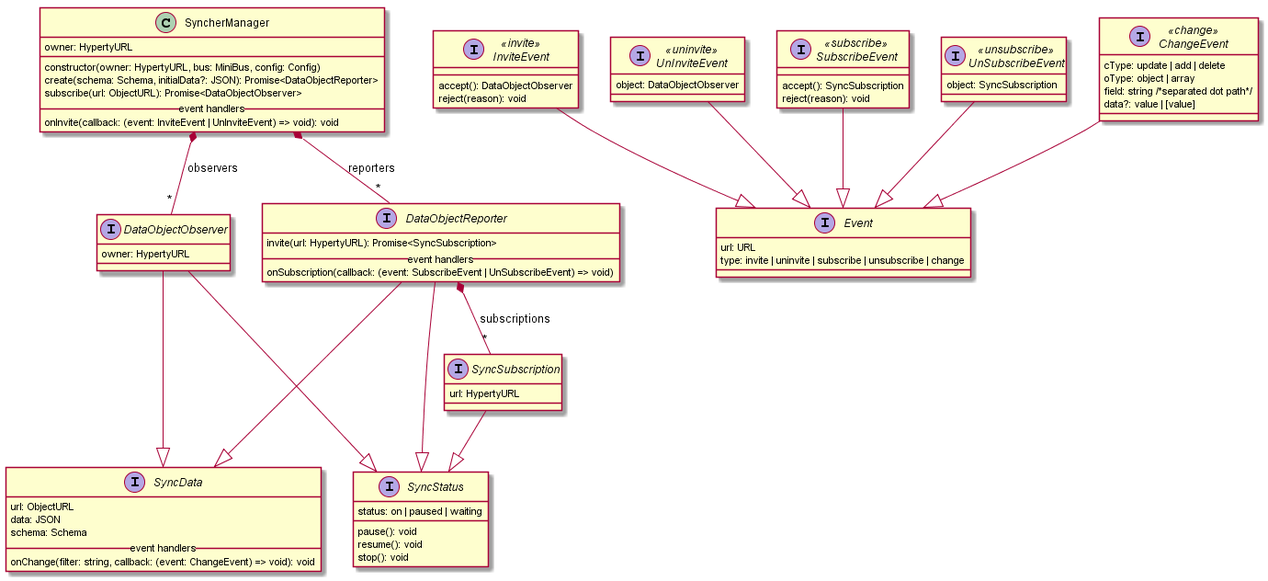
This is docs/specs/service-framework/SyncherManager.png from reTHINK-project/core-framework, a PlantUML export, as it was before one commit.
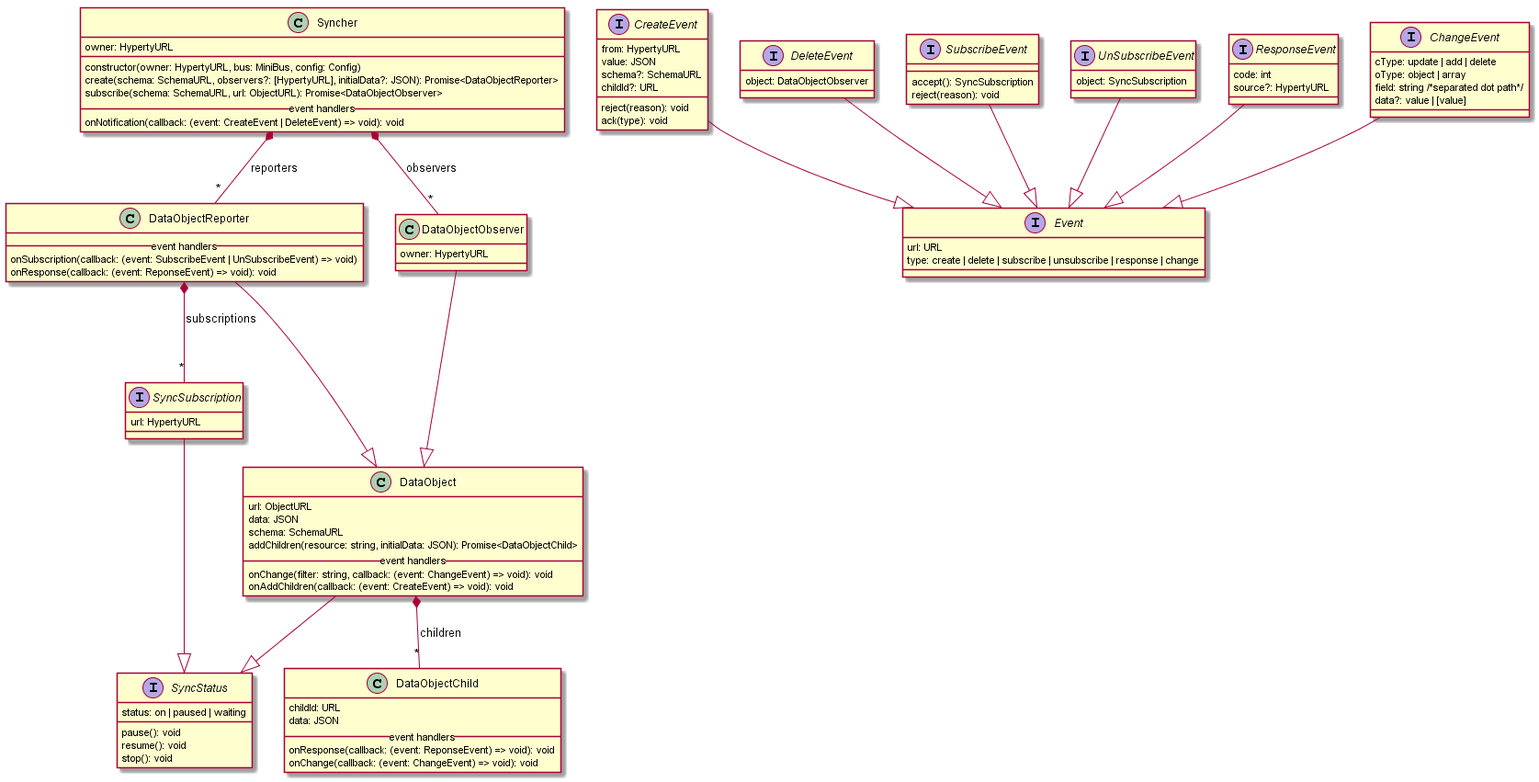
Later version of the same file.

Diff of the diagram source:
```diff
@@ -11,80 +11,101 @@
   stop(): void
 }
 
-interface SyncData {
-  url: ObjectURL
-  data: JSON
-  schema: Schema
-  __ event handlers __
-  onChange(filter: string, callback: (event: ChangeEvent) => void): void
-}
-
-class SyncherManager {
+class Syncher {
   owner: HypertyURL
   __
   constructor(owner: HypertyURL, bus: MiniBus, config: Config)
-  create(schema: Schema, initialData?: JSON): Promise<DataObjectReporter>
-  subscribe(url: ObjectURL): Promise<DataObjectObserver>
+  create(schema: SchemaURL, observers?: [HypertyURL], initialData?: JSON): Promise<DataObjectReporter>
+  subscribe(schema: SchemaURL, url: ObjectURL): Promise<DataObjectObserver>
   __ event handlers __
-  onInvite(callback: (event: InviteEvent | UnInviteEvent) => void): void
+  onNotification(callback: (event: CreateEvent | DeleteEvent) => void): void
 }
 
-interface DataObjectReporter {
-  invite(url: HypertyURL): Promise<SyncSubscription>
+class DataObject {
+  url: ObjectURL
+  data: JSON
+  schema: SchemaURL
+  addChildren(resource: string, initialData: JSON): Promise<DataObjectChild>
+  __ event handlers __
+  onChange(filter: string, callback: (event: ChangeEvent) => void): void
+  onAddChildren(callback: (event: CreateEvent) => void): void
+}
+
+class DataObjectChild {
+  childId: URL
+  data: JSON
+  __ event handlers __
+  onResponse(callback: (event: ReponseEvent) => void): void
+  onChange(callback: (event: ChangeEvent) => void): void
+}
+
+class DataObjectReporter {
   __ event handlers __
   onSubscription(callback: (event: SubscribeEvent | UnSubscribeEvent) => void)
+  onResponse(callback: (event: ReponseEvent) => void): void
 }
 
-interface DataObjectObserver {
+class DataObjectObserver {
   owner: HypertyURL
 }
 
 interface Event {
   url: URL
-  type: invite | uninvite | subscribe | unsubscribe | change
+  type: create | delete | subscribe | unsubscribe | response | change
 }
 
-interface InviteEvent <<invite>> {
-  accept(): DataObjectObserver
+interface CreateEvent {
+  from: HypertyURL
+  value: JSON
+  schema?: SchemaURL
+  childId?: URL
   reject(reason): void
+  ack(type): void
 }
 
-interface UnInviteEvent <<uninvite>> {
+interface DeleteEvent {
   object: DataObjectObserver
 }
 
-interface SubscribeEvent <<subscribe>> {
+interface SubscribeEvent {
   accept(): SyncSubscription
   reject(reason): void
 }
 
-interface UnSubscribeEvent <<unsubscribe>> {
+interface UnSubscribeEvent {
   object: SyncSubscription
 }
 
-interface ChangeEvent <<change>> {
+interface ResponseEvent {
+  code: int
+  source?: HypertyURL
+}
+
+interface ChangeEvent {
   cType: update | add | delete
   oType: object | array
   field: string /*separated dot path*/
   data?: value | [value]
 }
 
-InviteEvent --|> Event
-UnInviteEvent --|> Event
-ChangeEvent --|> Event
+CreateEvent --|> Event
+DeleteEvent --|> Event
 SubscribeEvent --|> Event
 UnSubscribeEvent --|> Event
+ResponseEvent --|> Event
+ChangeEvent --|> Event
 
 SyncSubscription --|> SyncStatus
 
-DataObjectObserver ---|> SyncData
-DataObjectObserver ---|> SyncStatus
+DataObject --|> SyncStatus
+DataObject *--"*" DataObjectChild:children
 
-DataObjectReporter ---|> SyncData
-DataObjectReporter ---|> SyncStatus
+DataObjectObserver ---|> DataObject
+
+DataObjectReporter ---|> DataObject
 DataObjectReporter *--"*" SyncSubscription:subscriptions
 
-SyncherManager *--"*" DataObjectReporter:reporters
-SyncherManager *--"*" DataObjectObserver:observers
+Syncher *--"*" DataObjectReporter:reporters
+Syncher *--"*" DataObjectObserver:observers
 
 @enduml
```
